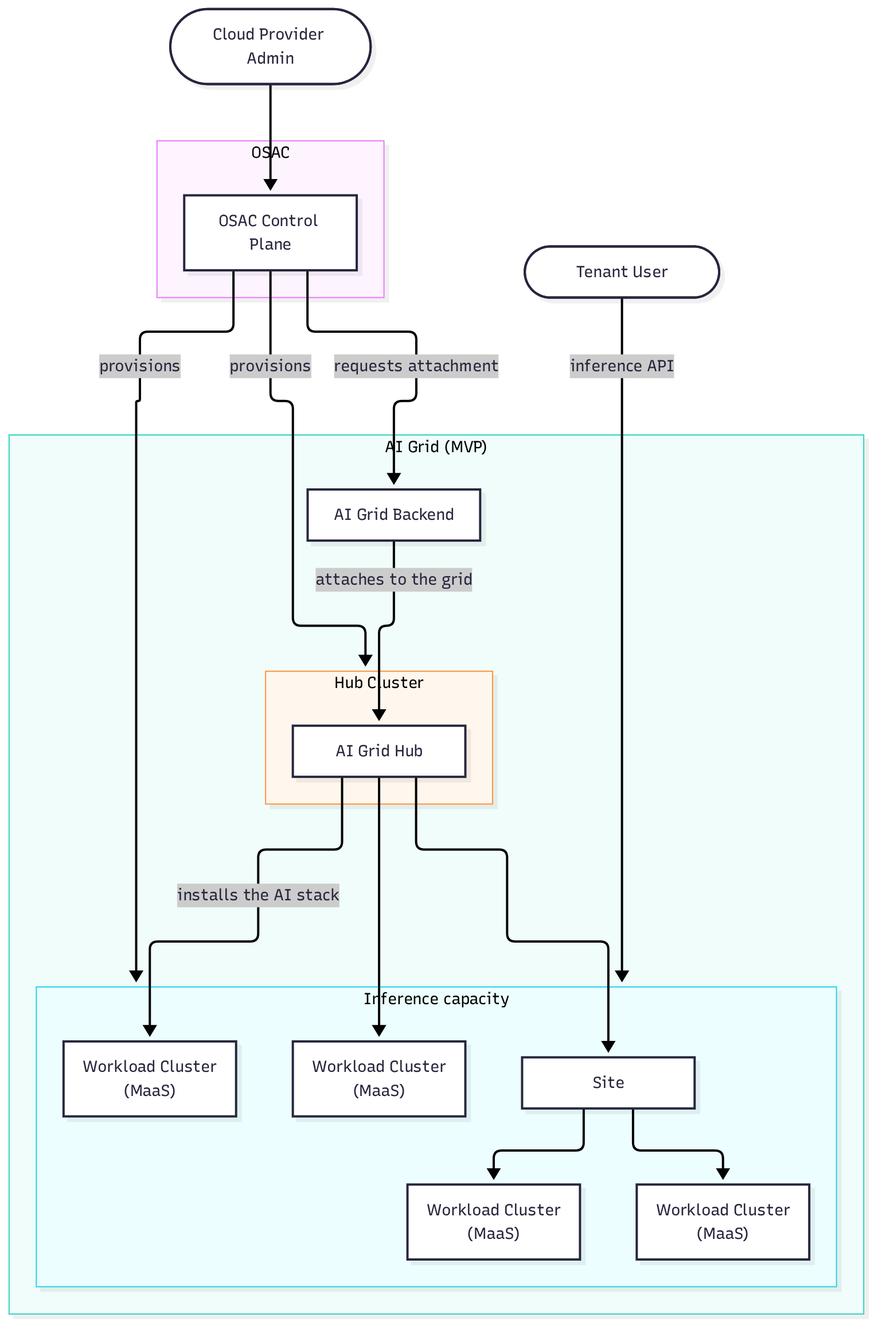
The Mermaid diagram enhancements/OSAC-6435-multi-tenant-ai-grid-infrastructure/assets/ai-grid-topology.png in osac-project/enhancement-proposals, before a commit. Its source is kept beside it as enhancements/OSAC-6435-multi-tenant-ai-grid-infrastructure/assets/ai-grid-topology.mmd.
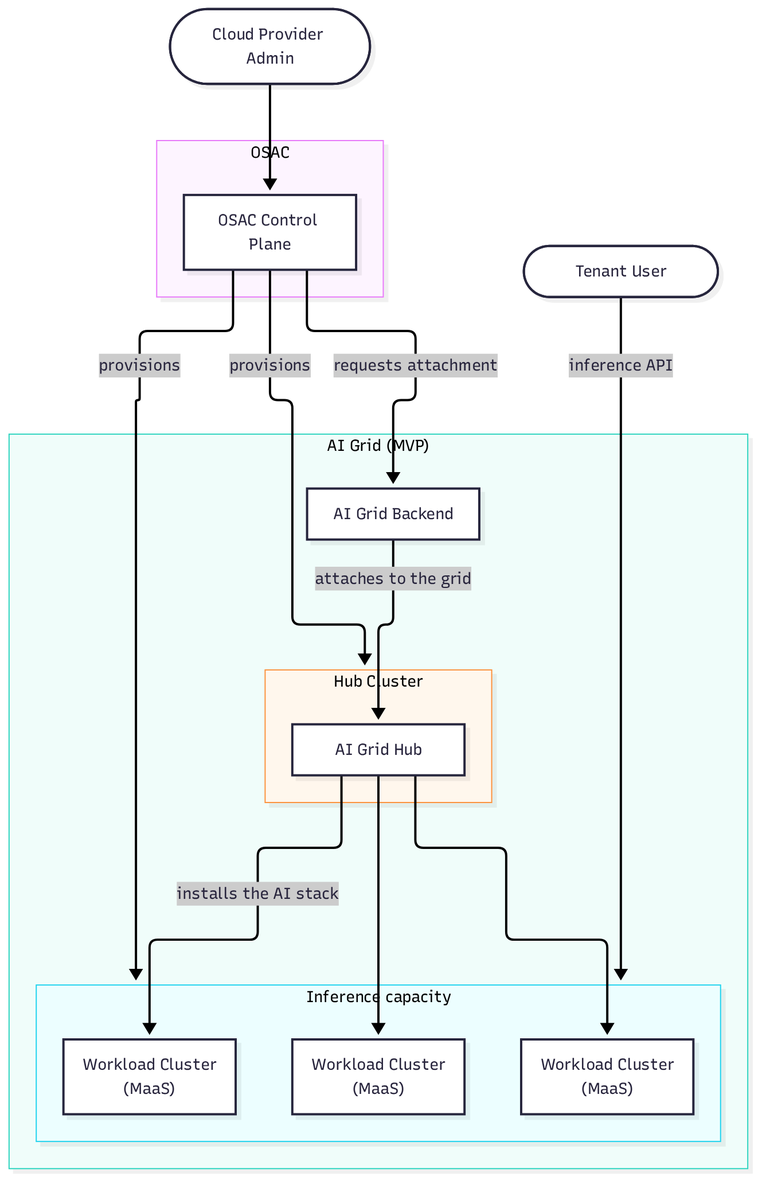
Later version of the same file.

Change to the diagram source:
```diff
@@ -19,11 +19,7 @@
             direction LR
             wc1["Workload Cluster<br/>(MaaS)"]
             wc2["Workload Cluster<br/>(MaaS)"]
-            site["Site"]
             wc3["Workload Cluster<br/>(MaaS)"]
-            wc4["Workload Cluster<br/>(MaaS)"]
-            site --> wc3
-            site --> wc4
         end
     end
 
@@ -37,6 +33,6 @@
 
     hub -->|"installs the AI stack"| wc1
     hub --> wc2
-    hub --> site
+    hub --> wc3
 
     tenant -->|"inference API"| cap
```
